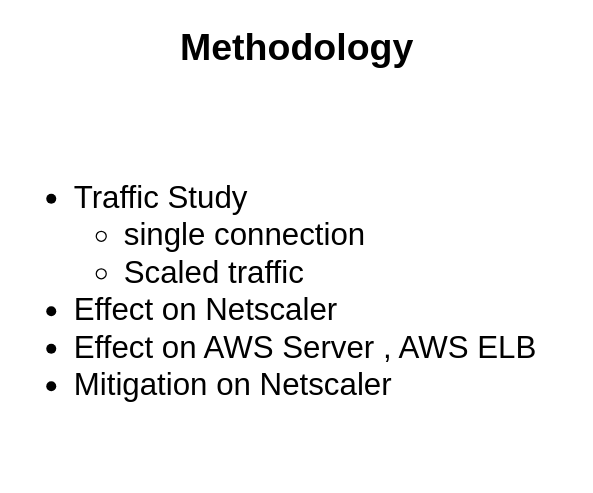
The draw.io diagram page "Page-6" (5 of 7) of HttpAttack Tools - study.drawio in premkumarsj/drawio, before the edit. Source tidied: cells renumbered, new cells numbered last; positions are measured from the earlier drawing's top-left corner, leaving out a move shared by most shapes. Both pictures are drawn from the tidied source at 125%, with x=0, y=0 at pixel (21, 21).
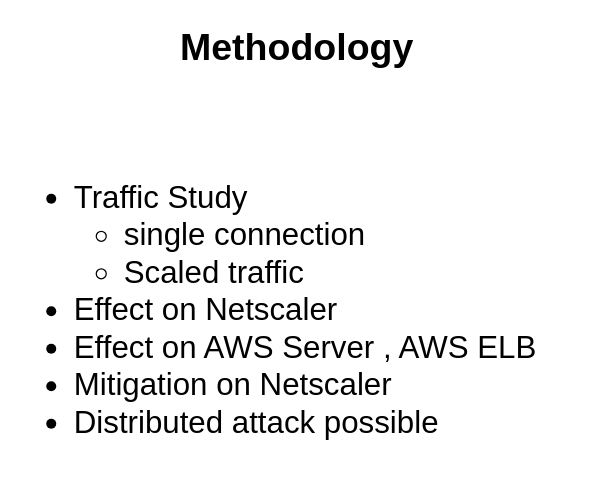
The same diagram, later.

What changed in the source:
```diff
@@
 <mxGraphModel>
   <root>
     <mxCell id="0" />
     <mxCell id="1" parent="0" />
     <mxCell id="2" value="&lt;b&gt;Methodology&amp;nbsp;&lt;/b&gt;" style="text;html=1;align=left;verticalAlign=top;spacingTop=-4;fontSize=30;" parent="1" vertex="1">
       <mxGeometry x="125" width="210" height="40" as="geometry" />
     </mxCell>
-    <mxCell id="3" value="&lt;ul style=&quot;font-size: 25px;&quot;&gt;&lt;li style=&quot;font-size: 25px;&quot;&gt;Traffic Study&amp;nbsp;&lt;/li&gt;&lt;ul style=&quot;font-size: 25px;&quot;&gt;&lt;li style=&quot;font-size: 25px;&quot;&gt;single connection&amp;nbsp;&lt;/li&gt;&lt;li style=&quot;font-size: 25px;&quot;&gt;Scaled traffic&amp;nbsp;&lt;/li&gt;&lt;/ul&gt;&lt;li style=&quot;font-size: 25px;&quot;&gt;Effect on Netscaler&amp;nbsp;&lt;/li&gt;&lt;li style=&quot;font-size: 25px;&quot;&gt;Effect on AWS Server , AWS ELB&amp;nbsp;&lt;/li&gt;&lt;li style=&quot;font-size: 25px;&quot;&gt;Mitigation on Netscaler&amp;nbsp;&lt;/li&gt;&lt;/ul&gt;" style="text;html=1;align=left;verticalAlign=top;spacingTop=-4;fontSize=25;" parent="1" vertex="1">
-      <mxGeometry y="97" width="330" height="170" as="geometry" />
+    <mxCell id="3" value="&lt;ul style=&quot;font-size: 25px&quot;&gt;&lt;li style=&quot;font-size: 25px&quot;&gt;Traffic Study&amp;nbsp;&lt;/li&gt;&lt;ul style=&quot;font-size: 25px&quot;&gt;&lt;li style=&quot;font-size: 25px&quot;&gt;single connection&amp;nbsp;&lt;/li&gt;&lt;li style=&quot;font-size: 25px&quot;&gt;Scaled traffic&amp;nbsp;&lt;/li&gt;&lt;/ul&gt;&lt;li style=&quot;font-size: 25px&quot;&gt;Effect on Netscaler&amp;nbsp;&lt;/li&gt;&lt;li style=&quot;font-size: 25px&quot;&gt;Effect on AWS Server , AWS ELB&amp;nbsp;&lt;/li&gt;&lt;li style=&quot;font-size: 25px&quot;&gt;Mitigation on Netscaler&amp;nbsp;&lt;/li&gt;&lt;li style=&quot;font-size: 25px&quot;&gt;Distributed attack possible&amp;nbsp;&lt;/li&gt;&lt;/ul&gt;" style="text;html=1;align=left;verticalAlign=top;spacingTop=-4;fontSize=25;" parent="1" vertex="1">
+      <mxGeometry y="97" width="440" height="260" as="geometry" />
     </mxCell>
   </root>
 </mxGraphModel>
```
